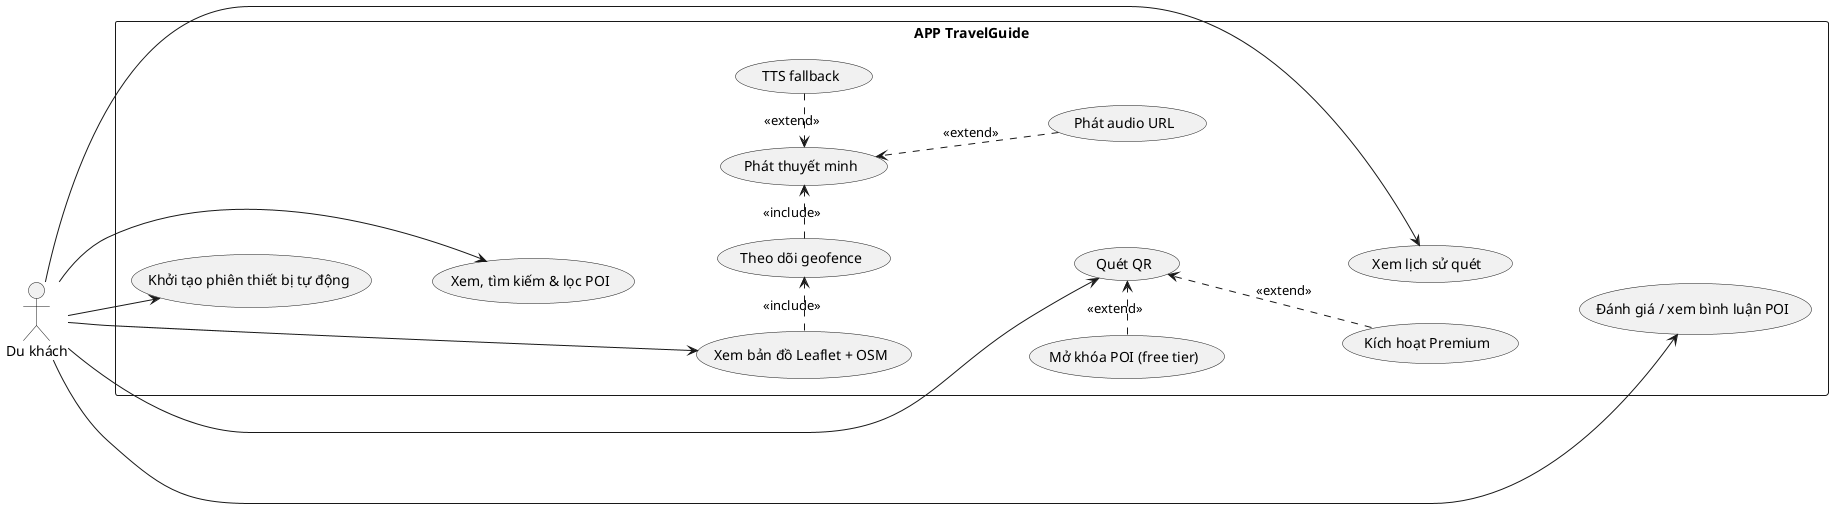
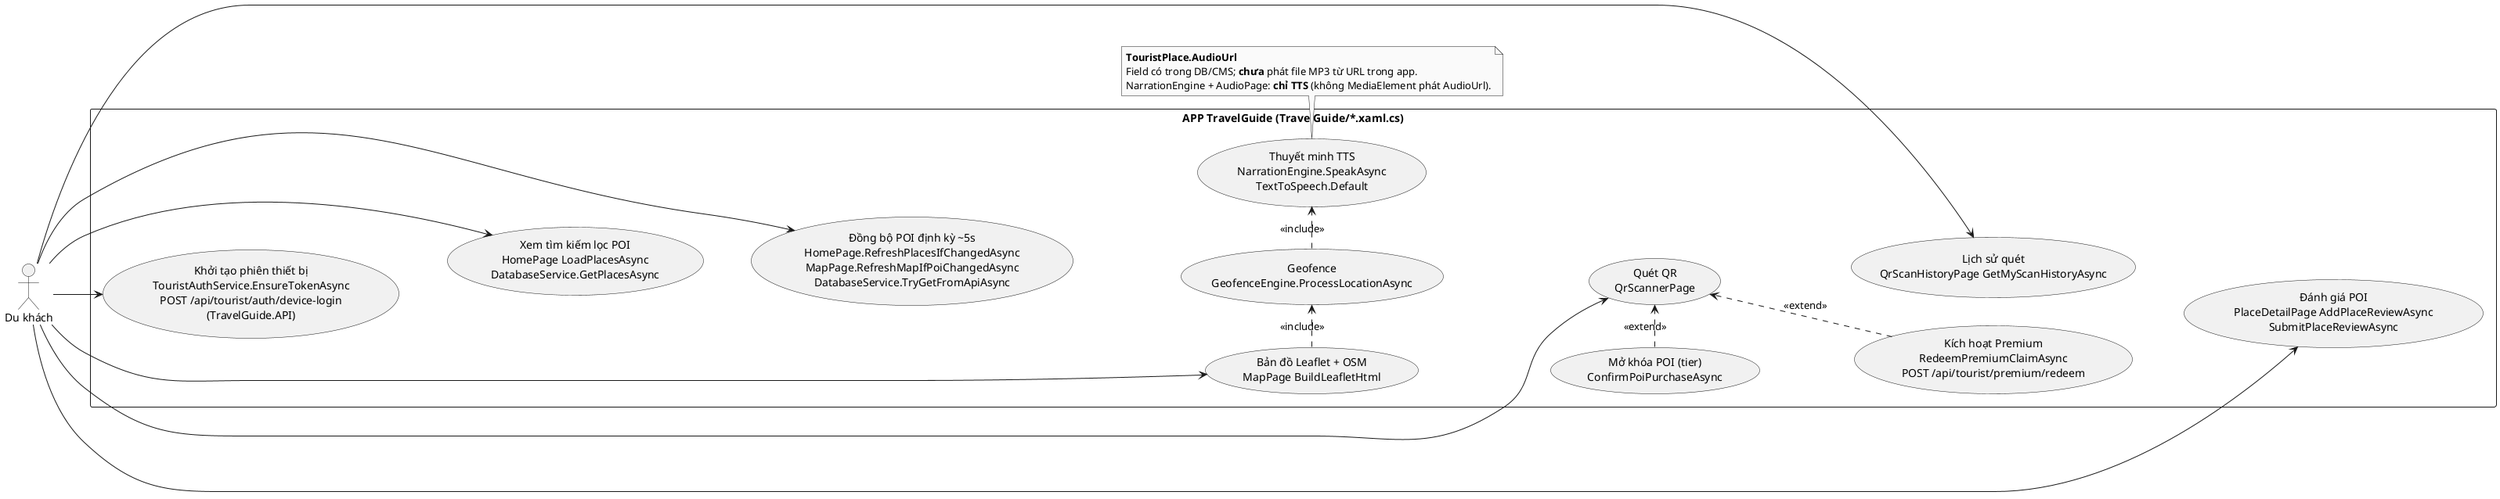
@startuml
left to right direction
skinparam shadowing false
skinparam monochrome true
actor "Du khách" as U
- rectangle "APP TravelGuide" {
-   usecase "Khởi tạo phiên thiết bị tự động" as A1
-   usecase "Xem, tìm kiếm & lọc POI" as A2
-   usecase "Xem bản đồ Leaflet + OSM" as A3
-   usecase "Theo dõi geofence" as A4
-   usecase "Phát thuyết minh" as A5
-   usecase "TTS fallback" as A6
-   usecase "Phát audio URL" as A7
-   usecase "Quét QR" as A8
-   usecase "Mở khóa POI (free tier)" as A9
-   usecase "Kích hoạt Premium" as A10
-   usecase "Xem lịch sử quét" as A11
-   usecase "Đánh giá / xem bình luận POI" as A12
+ rectangle "APP TravelGuide (TravelGuide/*.xaml.cs)" {
+   usecase "Khởi tạo phiên thiết bị\nTouristAuthService.EnsureTokenAsync\nPOST /api/tourist/auth/device-login\n(TravelGuide.API)" as A1
+   usecase "Xem tìm kiếm lọc POI\nHomePage LoadPlacesAsync\nDatabaseService.GetPlacesAsync" as A2
+   usecase "Đồng bộ POI định kỳ ~5s\nHomePage.RefreshPlacesIfChangedAsync\nMapPage.RefreshMapIfPoiChangedAsync\nDatabaseService.TryGetFromApiAsync" as A2b
+   usecase "Bản đồ Leaflet + OSM\nMapPage BuildLeafletHtml" as A3
+   usecase "Geofence\nGeofenceEngine.ProcessLocationAsync" as A4
+   usecase "Thuyết minh TTS\nNarrationEngine.SpeakAsync\nTextToSpeech.Default" as A5
+   usecase "Quét QR\nQrScannerPage" as A8
+   usecase "Mở khóa POI (tier)\nConfirmPoiPurchaseAsync" as A9
+   usecase "Kích hoạt Premium\nRedeemPremiumClaimAsync\nPOST /api/tourist/premium/redeem" as A10
+   usecase "Lịch sử quét\nQrScanHistoryPage GetMyScanHistoryAsync" as A11
+   usecase "Đánh giá POI\nPlaceDetailPage AddPlaceReviewAsync\nSubmitPlaceReviewAsync" as A12
}

- ' Ep layout để gần giống sơ đồ mẫu
+ note bottom of A5
+   **TouristPlace.AudioUrl**
+   Field có trong DB/CMS; **chưa** phát file MP3 từ URL trong app.
+   NarrationEngine + AudioPage: **chỉ TTS** (không MediaElement phát AudioUrl).
+ end note
+ 
A1 -[hidden]down- A2
- A2 -[hidden]down- A3
+ A2 -[hidden]down- A2b
+ A2b -[hidden]down- A3
A3 -[hidden]down- A8
A8 -[hidden]down- A11
A11 -[hidden]down- A12
A4 -[hidden]right- A5
- A5 -[hidden]right- A6
- A6 -[hidden]down- A7
A8 -[hidden]right- A9
A9 -[hidden]down- A10

U --> A1
U --> A2
+ U --> A2b
U --> A3
U --> A8
U --> A11
U --> A12
A3 .> A4 : <<include>>
A4 .> A5 : <<include>>
- A6 .> A5 : <<extend>>
- A7 .> A5 : <<extend>>
A9 .> A8 : <<extend>>
A10 .> A8 : <<extend>>
@enduml
